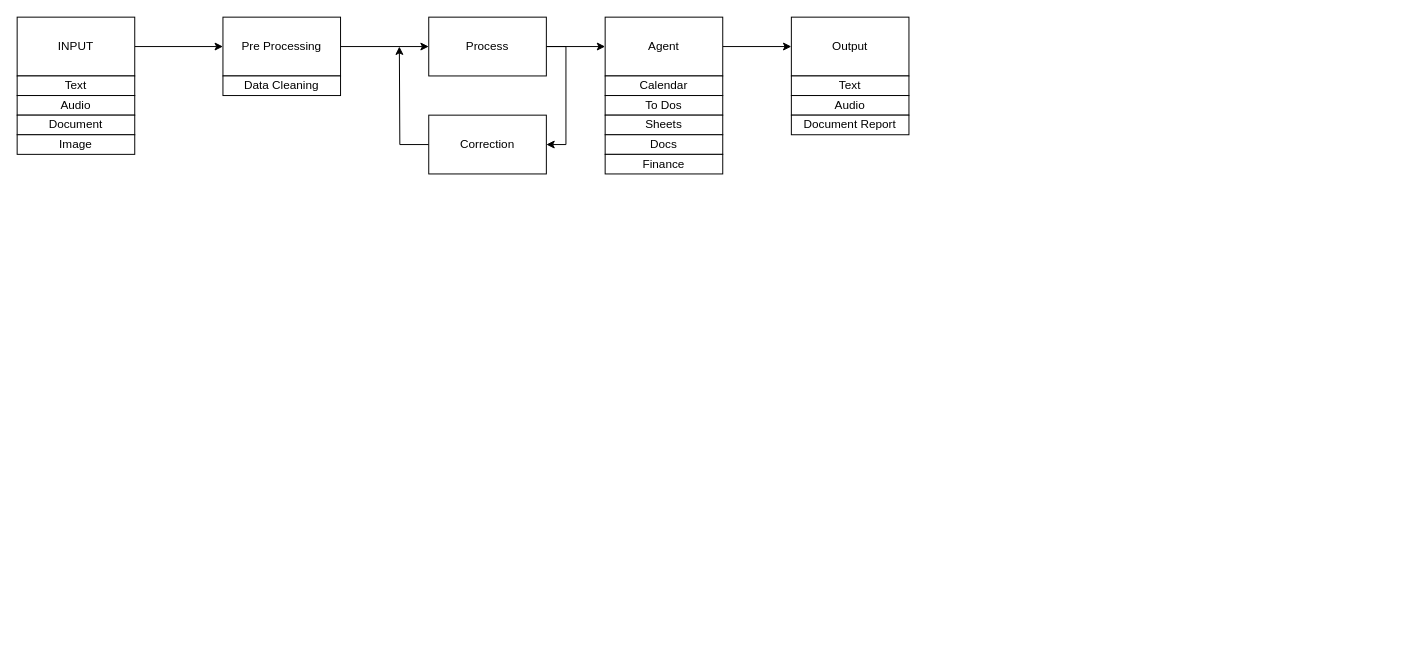
The draw.io diagram N8N Personal Asistant.drawio in Rezen351/Flowchart, before the edit. Source tidied: cells renumbered, new cells numbered last; positions are measured from the earlier drawing's top-left corner, leaving out a move shared by most shapes. Both pictures are drawn from the tidied source at 98%, with x=0, y=0 at pixel (17, 17). Pictures stored in the file or linked from it are replaced by grey dashed boxes.
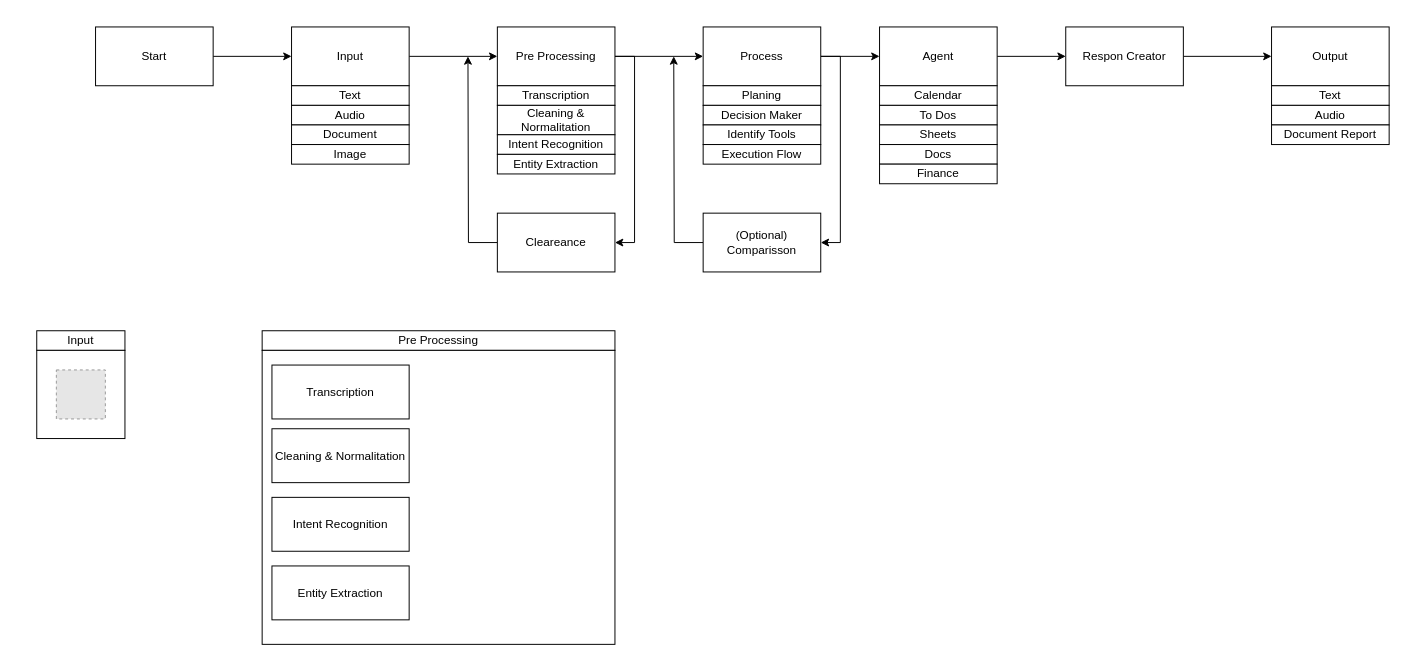
Above is the later version.

Change to the diagram source:
```diff
@@
+    <mxCell id="27" style="group;" parent="1" vertex="1">
+      <mxGeometry x="20" y="320" width="90" height="200" as="geometry" />
+    </mxCell>
+    <mxCell id="28" value="Input" style="rounded=0;whiteSpace=wrap;html=1;" parent="27" vertex="1">
+      <mxGeometry width="90" height="20" as="geometry" />
+    </mxCell>
+    <mxCell id="29" style="rounded=0;whiteSpace=wrap;html=1;" parent="27" vertex="1">
+      <mxGeometry y="20" width="90" height="90" as="geometry" />
+    </mxCell>
@@
-    <mxCell id="3" value="INPUT" style="rounded=0;whiteSpace=wrap;html=1;" parent="1" vertex="1">
-      <mxGeometry width="120" height="60" as="geometry" />
-    </mxCell>
@@
-    <mxCell id="5" value="Pre Processing" style="rounded=0;whiteSpace=wrap;html=1;" parent="1" vertex="1">
-      <mxGeometry x="210" width="120" height="60" as="geometry" />
-    </mxCell>
+    <mxCell id="30" style="edgeStyle=orthogonalEdgeStyle;rounded=0;jettySize=auto;html=1;entryX=1;entryY=0.5;entryDx=0;entryDy=0;" parent="1" edge="1" source="5" target="34">
+      <mxGeometry relative="1" as="geometry">
+        <Array as="points">
+          <mxPoint x="630" y="40" />
+          <mxPoint x="630" y="230" />
+        </Array>
+      </mxGeometry>
+    </mxCell>
@@
-    <mxCell id="7" style="edgeStyle=orthogonalEdgeStyle;rounded=0;jettySize=auto;html=1;entryX=1;entryY=0.5;entryDx=0;entryDy=0;" parent="1" edge="1" source="8" target="21">
-      <mxGeometry relative="1" as="geometry">
-        <Array as="points">
-          <mxPoint x="560" y="30" />
-          <mxPoint x="560" y="130" />
-        </Array>
-      </mxGeometry>
-    </mxCell>
-    <mxCell id="8" value="Process" style="rounded=0;whiteSpace=wrap;html=1;" parent="1" vertex="1">
-      <mxGeometry x="420" width="120" height="60" as="geometry" />
-    </mxCell>
+    <mxCell id="31" style="edgeStyle=orthogonalEdgeStyle;rounded=0;jettySize=auto;html=1;entryX=1;entryY=0.5;entryDx=0;entryDy=0;" parent="1" edge="1" source="8" target="36">
+      <mxGeometry relative="1" as="geometry">
+        <Array as="points">
+          <mxPoint x="840" y="40" />
+          <mxPoint x="840" y="230" />
+        </Array>
+      </mxGeometry>
+    </mxCell>
+    <mxCell id="32" style="edgeStyle=orthogonalEdgeStyle;rounded=0;jettySize=auto;html=1;" parent="1" edge="1" source="19" target="38">
+      <mxGeometry relative="1" as="geometry" />
+    </mxCell>
+    <mxCell id="33" style="edgeStyle=orthogonalEdgeStyle;rounded=0;jettySize=auto;html=1;" parent="1" edge="1" source="34">
+      <mxGeometry relative="1" as="geometry">
+        <mxPoint x="460" y="40" as="targetPoint" />
+      </mxGeometry>
+    </mxCell>
+    <mxCell id="34" value="Cleareance" style="rounded=0;whiteSpace=wrap;html=1;" parent="1" vertex="1">
+      <mxGeometry x="490" y="200" width="120" height="60" as="geometry" />
+    </mxCell>
+    <mxCell id="35" style="edgeStyle=orthogonalEdgeStyle;rounded=0;jettySize=auto;html=1;exitX=0;exitY=0.5;exitDx=0;exitDy=0;" parent="1" edge="1" source="36">
+      <mxGeometry relative="1" as="geometry">
+        <mxPoint x="670" y="40" as="targetPoint" />
+      </mxGeometry>
+    </mxCell>
+    <mxCell id="36" value="(Optional)&lt;br&gt;Comparisson" style="rounded=0;whiteSpace=wrap;html=1;" parent="1" vertex="1">
+      <mxGeometry x="700" y="200" width="120" height="60" as="geometry" />
+    </mxCell>
+    <mxCell id="37" style="edgeStyle=orthogonalEdgeStyle;rounded=0;jettySize=auto;html=1;" parent="1" edge="1" source="38" target="9">
+      <mxGeometry relative="1" as="geometry" />
+    </mxCell>
+    <mxCell id="38" value="Respon Creator" style="rounded=0;whiteSpace=wrap;html=1;" parent="1" vertex="1">
+      <mxGeometry x="1070" y="10" width="120" height="60" as="geometry" />
+    </mxCell>
+    <mxCell id="39" style="group;" parent="1" vertex="1">
+      <mxGeometry x="1280" y="10" width="120" height="120" as="geometry" />
+    </mxCell>
-    <mxCell id="9" value="Output" style="rounded=0;whiteSpace=wrap;html=1;" parent="1" vertex="1">
-      <mxGeometry x="790" width="120" height="60" as="geometry" />
+    <mxCell id="9" value="Output" style="rounded=0;whiteSpace=wrap;html=1;" parent="39" vertex="1">
+      <mxGeometry width="120" height="60" as="geometry" />
     </mxCell>
-    <mxCell id="10" value="Text" style="rounded=0;whiteSpace=wrap;html=1;" parent="1" vertex="1">
-      <mxGeometry y="60" width="120" height="20" as="geometry" />
-    </mxCell>
-    <mxCell id="11" value="Audio" style="rounded=0;whiteSpace=wrap;html=1;" parent="1" vertex="1">
-      <mxGeometry y="80" width="120" height="20" as="geometry" />
-    </mxCell>
-    <mxCell id="12" value="Document" style="rounded=0;whiteSpace=wrap;html=1;" parent="1" vertex="1">
-      <mxGeometry y="100" width="120" height="20" as="geometry" />
-    </mxCell>
-    <mxCell id="13" value="Image" style="rounded=0;whiteSpace=wrap;html=1;" parent="1" vertex="1">
-      <mxGeometry y="120" width="120" height="20" as="geometry" />
-    </mxCell>
-    <mxCell id="14" value="Text" style="rounded=0;whiteSpace=wrap;html=1;" parent="1" vertex="1">
-      <mxGeometry x="790" y="60" width="120" height="20" as="geometry" />
+    <mxCell id="14" value="Text" style="rounded=0;whiteSpace=wrap;html=1;" parent="39" vertex="1">
+      <mxGeometry y="60" width="120" height="20" as="geometry" />
     </mxCell>
-    <mxCell id="15" value="Audio" style="rounded=0;whiteSpace=wrap;html=1;" parent="1" vertex="1">
-      <mxGeometry x="790" y="80" width="120" height="20" as="geometry" />
+    <mxCell id="15" value="Audio" style="rounded=0;whiteSpace=wrap;html=1;" parent="39" vertex="1">
+      <mxGeometry y="80" width="120" height="20" as="geometry" />
     </mxCell>
-    <mxCell id="16" value="Document Report" style="rounded=0;whiteSpace=wrap;html=1;" parent="1" vertex="1">
-      <mxGeometry x="790" y="100" width="120" height="20" as="geometry" />
+    <mxCell id="16" value="Document Report" style="rounded=0;whiteSpace=wrap;html=1;" parent="39" vertex="1">
+      <mxGeometry y="100" width="120" height="20" as="geometry" />
     </mxCell>
-    <mxCell id="17" value="Data Cleaning" style="rounded=0;whiteSpace=wrap;html=1;" parent="1" vertex="1">
-      <mxGeometry x="210" y="60" width="120" height="20" as="geometry" />
-    </mxCell>
-    <mxCell id="18" style="edgeStyle=orthogonalEdgeStyle;rounded=0;jettySize=auto;html=1;entryX=0;entryY=0.5;entryDx=0;entryDy=0;" parent="1" edge="1" source="19" target="9">
-      <mxGeometry relative="1" as="geometry" />
-    </mxCell>
+    <mxCell id="40" style="group;" parent="1" vertex="1">
+      <mxGeometry x="880" y="10" width="120" height="160" as="geometry" />
+    </mxCell>
-    <mxCell id="19" value="Agent" style="rounded=0;whiteSpace=wrap;html=1;" parent="1" vertex="1">
-      <mxGeometry x="600" width="120" height="60" as="geometry" />
+    <mxCell id="19" value="Agent" style="rounded=0;whiteSpace=wrap;html=1;" parent="40" vertex="1">
+      <mxGeometry width="120" height="60" as="geometry" />
     </mxCell>
-    <mxCell id="20" style="edgeStyle=orthogonalEdgeStyle;rounded=0;jettySize=auto;html=1;" parent="1" edge="1" source="21">
-      <mxGeometry relative="1" as="geometry">
-        <mxPoint x="390" y="30" as="targetPoint" />
-      </mxGeometry>
-    </mxCell>
-    <mxCell id="21" value="Correction" style="rounded=0;whiteSpace=wrap;html=1;" parent="1" vertex="1">
-      <mxGeometry x="420" y="100" width="120" height="60" as="geometry" />
-    </mxCell>
-    <mxCell id="22" value="Calendar" style="rounded=0;whiteSpace=wrap;html=1;" parent="1" vertex="1">
-      <mxGeometry x="600" y="60" width="120" height="20" as="geometry" />
+    <mxCell id="22" value="Calendar" style="rounded=0;whiteSpace=wrap;html=1;" parent="40" vertex="1">
+      <mxGeometry y="60" width="120" height="20" as="geometry" />
     </mxCell>
-    <mxCell id="23" value="To Dos" style="rounded=0;whiteSpace=wrap;html=1;" parent="1" vertex="1">
-      <mxGeometry x="600" y="80" width="120" height="20" as="geometry" />
+    <mxCell id="23" value="To Dos" style="rounded=0;whiteSpace=wrap;html=1;" parent="40" vertex="1">
+      <mxGeometry y="80" width="120" height="20" as="geometry" />
     </mxCell>
-    <mxCell id="24" value="Sheets" style="rounded=0;whiteSpace=wrap;html=1;" parent="1" vertex="1">
-      <mxGeometry x="600" y="100" width="120" height="20" as="geometry" />
+    <mxCell id="24" value="Sheets" style="rounded=0;whiteSpace=wrap;html=1;" parent="40" vertex="1">
+      <mxGeometry y="100" width="120" height="20" as="geometry" />
     </mxCell>
-    <mxCell id="25" value="Docs" style="rounded=0;whiteSpace=wrap;html=1;" parent="1" vertex="1">
-      <mxGeometry x="600" y="120" width="120" height="20" as="geometry" />
+    <mxCell id="25" value="Docs" style="rounded=0;whiteSpace=wrap;html=1;" parent="40" vertex="1">
+      <mxGeometry y="120" width="120" height="20" as="geometry" />
     </mxCell>
-    <mxCell id="26" value="Finance" style="rounded=0;whiteSpace=wrap;html=1;" parent="1" vertex="1">
-      <mxGeometry x="600" y="140" width="120" height="20" as="geometry" />
+    <mxCell id="26" value="Finance" style="rounded=0;whiteSpace=wrap;html=1;" parent="40" vertex="1">
+      <mxGeometry y="140" width="120" height="20" as="geometry" />
     </mxCell>
+    <mxCell id="41" style="group;" parent="1" vertex="1">
+      <mxGeometry x="700" y="10" width="120" height="140" as="geometry" />
+    </mxCell>
+    <mxCell id="8" value="Process" style="rounded=0;whiteSpace=wrap;html=1;" parent="41" vertex="1">
+      <mxGeometry width="120" height="60" as="geometry" />
+    </mxCell>
+    <mxCell id="42" value="Planing" style="rounded=0;whiteSpace=wrap;html=1;" parent="41" vertex="1">
+      <mxGeometry y="60" width="120" height="20" as="geometry" />
+    </mxCell>
+    <mxCell id="43" value="Decision Maker" style="rounded=0;whiteSpace=wrap;html=1;" parent="41" vertex="1">
+      <mxGeometry y="80" width="120" height="20" as="geometry" />
+    </mxCell>
+    <mxCell id="44" value="Identify Tools" style="rounded=0;whiteSpace=wrap;html=1;" parent="41" vertex="1">
+      <mxGeometry y="100" width="120" height="20" as="geometry" />
+    </mxCell>
+    <mxCell id="45" value="Execution Flow" style="rounded=0;whiteSpace=wrap;html=1;" parent="41" vertex="1">
+      <mxGeometry y="120" width="120" height="20" as="geometry" />
+    </mxCell>
+    <mxCell id="46" style="group;" parent="1" vertex="1">
+      <mxGeometry x="490" y="10" width="120" height="150" as="geometry" />
+    </mxCell>
+    <mxCell id="5" value="Pre Processing" style="rounded=0;whiteSpace=wrap;html=1;" parent="46" vertex="1">
+      <mxGeometry width="120" height="60" as="geometry" />
+    </mxCell>
+    <mxCell id="17" value="Transcription" style="rounded=0;whiteSpace=wrap;html=1;" parent="46" vertex="1">
+      <mxGeometry y="60" width="120" height="20" as="geometry" />
+    </mxCell>
+    <mxCell id="47" value="Cleaning &amp;amp; Normalitation" style="rounded=0;whiteSpace=wrap;html=1;" parent="46" vertex="1">
+      <mxGeometry y="80" width="120" height="30" as="geometry" />
+    </mxCell>
+    <mxCell id="48" value="Intent Recognition" style="rounded=0;whiteSpace=wrap;html=1;" parent="46" vertex="1">
+      <mxGeometry y="110" width="120" height="20" as="geometry" />
+    </mxCell>
+    <mxCell id="49" value="Entity Extraction" style="rounded=0;whiteSpace=wrap;html=1;" parent="46" vertex="1">
+      <mxGeometry y="130" width="120" height="20" as="geometry" />
+    </mxCell>
+    <mxCell id="50" style="group;" parent="1" vertex="1">
+      <mxGeometry x="280" y="10" width="120" height="140" as="geometry" />
+    </mxCell>
+    <mxCell id="3" value="Input" style="rounded=0;whiteSpace=wrap;html=1;" parent="50" vertex="1">
+      <mxGeometry width="120" height="60" as="geometry" />
+    </mxCell>
+    <mxCell id="10" value="Text" style="rounded=0;whiteSpace=wrap;html=1;" parent="50" vertex="1">
+      <mxGeometry y="60" width="120" height="20" as="geometry" />
+    </mxCell>
+    <mxCell id="11" value="Audio" style="rounded=0;whiteSpace=wrap;html=1;" parent="50" vertex="1">
+      <mxGeometry y="80" width="120" height="20" as="geometry" />
+    </mxCell>
+    <mxCell id="12" value="Document" style="rounded=0;whiteSpace=wrap;html=1;" parent="50" vertex="1">
+      <mxGeometry y="100" width="120" height="20" as="geometry" />
+    </mxCell>
+    <mxCell id="13" value="Image" style="rounded=0;whiteSpace=wrap;html=1;" parent="50" vertex="1">
+      <mxGeometry y="120" width="120" height="20" as="geometry" />
+    </mxCell>
+    <mxCell id="51" style="edgeStyle=orthogonalEdgeStyle;rounded=0;jettySize=auto;html=1;" parent="1" edge="1" source="52" target="3">
+      <mxGeometry relative="1" as="geometry" />
+    </mxCell>
+    <mxCell id="52" value="Start" style="rounded=0;whiteSpace=wrap;html=1;" parent="1" vertex="1">
+      <mxGeometry x="80" y="10" width="120" height="60" as="geometry" />
+    </mxCell>
+    <mxCell id="53" style="fillColor=#E6E6E6;strokeColor=#999999;dashed=1;verticalLabelPosition=bottom;labelBackgroundColor=default;verticalAlign=top;" parent="1" vertex="1">
+      <mxGeometry x="40" y="360" width="50" height="50" as="geometry" />
+    </mxCell>
+    <mxCell id="54" value="Pre Processing" style="rounded=0;whiteSpace=wrap;html=1;" parent="1" vertex="1">
+      <mxGeometry x="250" y="320" width="360" height="20" as="geometry" />
+    </mxCell>
+    <mxCell id="55" style="rounded=0;whiteSpace=wrap;html=1;" parent="1" vertex="1">
+      <mxGeometry x="250" y="340" width="360" height="300" as="geometry" />
+    </mxCell>
+    <mxCell id="56" value="Transcription" style="rounded=0;whiteSpace=wrap;html=1;" parent="1" vertex="1">
+      <mxGeometry x="260" y="355" width="140" height="55" as="geometry" />
+    </mxCell>
+    <mxCell id="57" value="Cleaning &amp;amp; Normalitation" style="rounded=0;whiteSpace=wrap;html=1;" parent="1" vertex="1">
+      <mxGeometry x="260" y="420" width="140" height="55" as="geometry" />
+    </mxCell>
+    <mxCell id="58" value="Intent Recognition" style="rounded=0;whiteSpace=wrap;html=1;" parent="1" vertex="1">
+      <mxGeometry x="260" y="490" width="140" height="55" as="geometry" />
+    </mxCell>
+    <mxCell id="59" value="Entity Extraction" style="rounded=0;whiteSpace=wrap;html=1;" parent="1" vertex="1">
+      <mxGeometry x="260" y="560" width="140" height="55" as="geometry" />
+    </mxCell>
```
